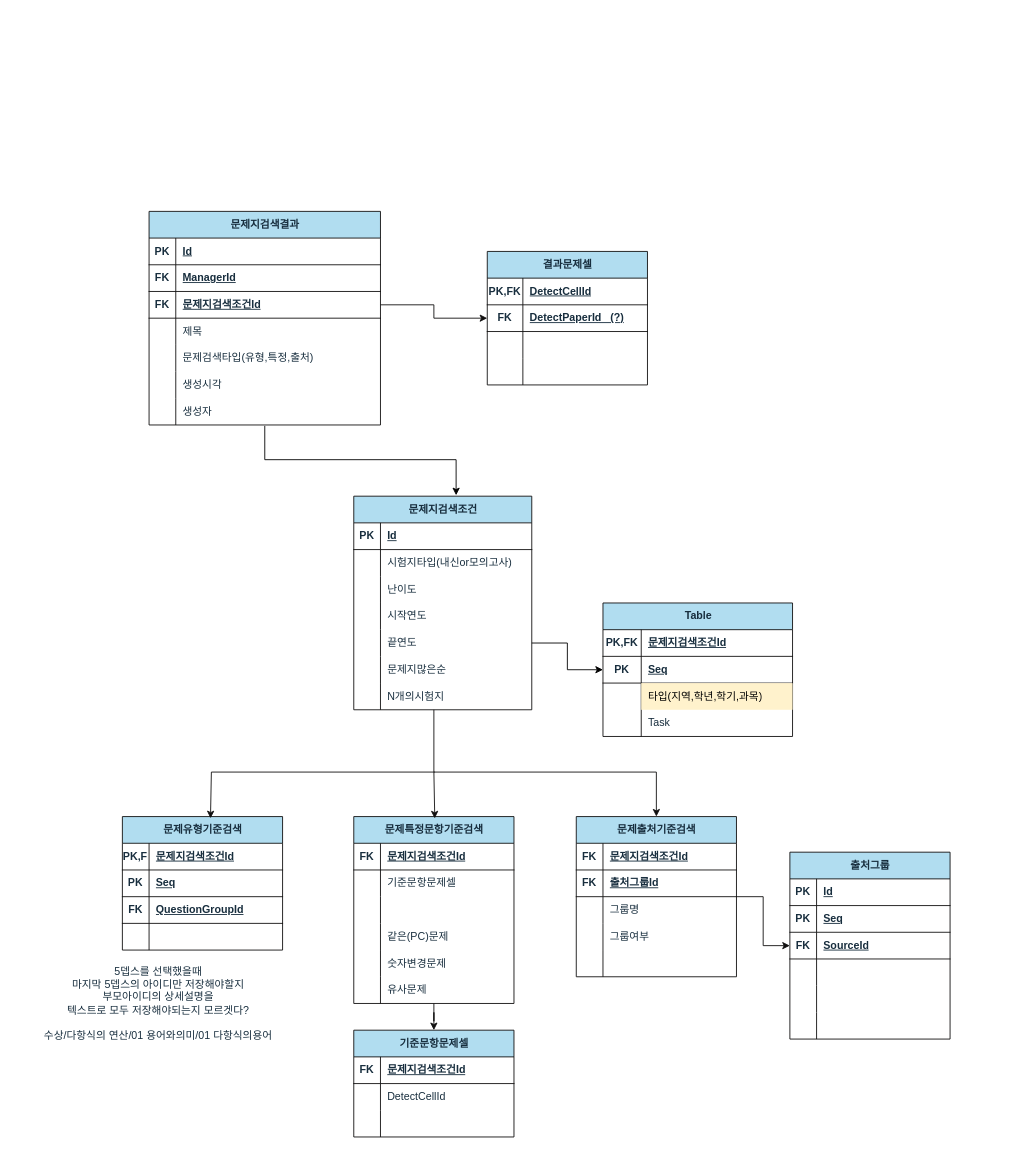
This is 문제지 검색.drawio from hyeonzx/Search-ExamPaper, a draw.io file, before an edit. Source tidied: cells renumbered, new cells numbered last; positions are measured from the earlier drawing's top-left corner, leaving out a move shared by most shapes. Both pictures are drawn from the tidied source at 89%, with x=0, y=0 at pixel (24, 211).
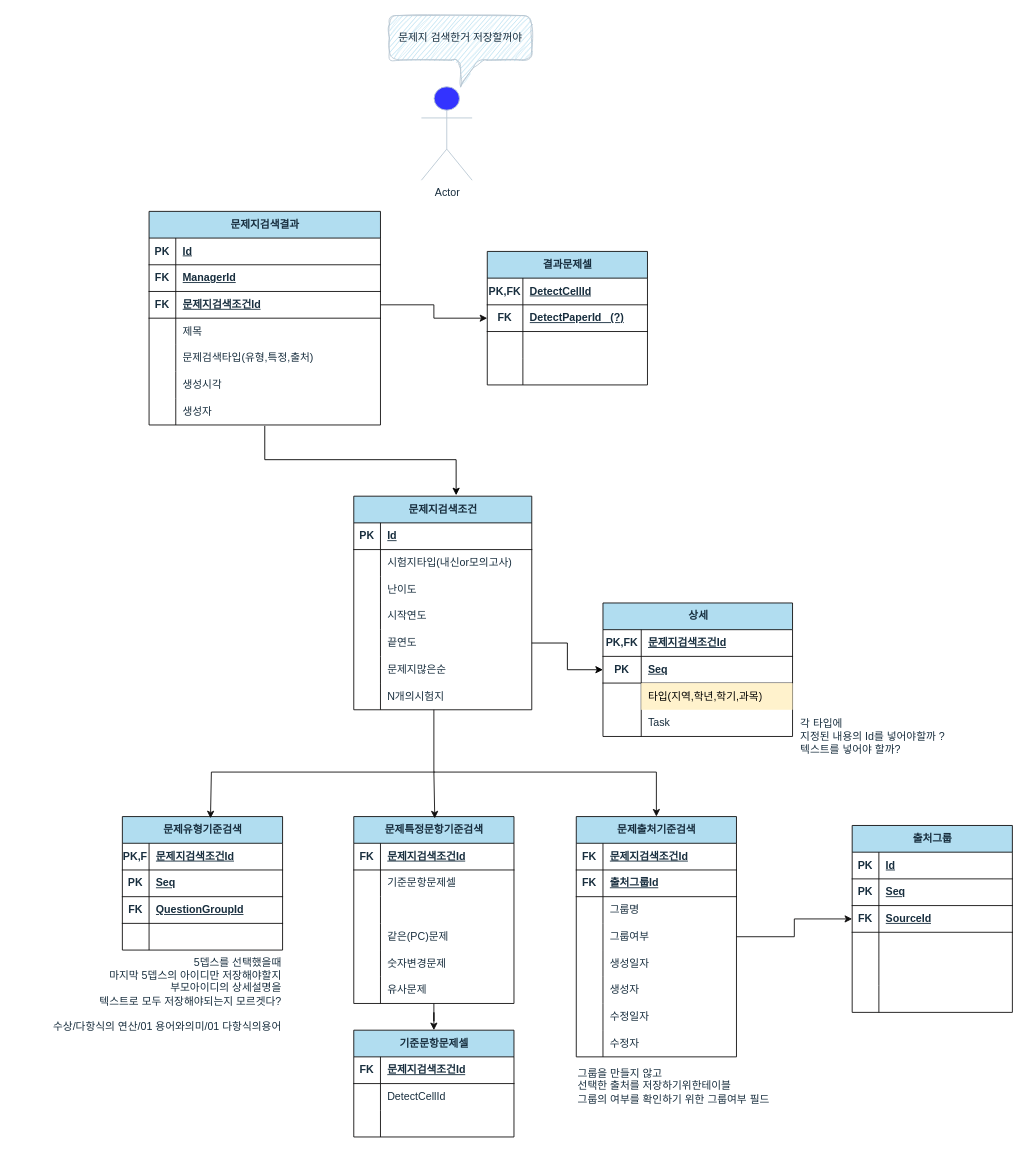
Above is the later version.

Commit message (it also covers changes not shown here):
문제지 검색.drawio 업데이트

Unchanged cells that the change refers to:
```xml
<mxCell id="29" style="shape=tableRow;horizontal=0;startSize=0;swimlaneHead=0;swimlaneBody=0;fillColor=none;top=0;left=0;right=0;bottom=0;hachureGap=4;fontFamily=Helvetica;labelBackgroundColor=none;strokeColor=#100f0f;fontColor=#182E3E;rounded=0;" parent="16" vertex="1">
  <mxGeometry y="150" width="180" height="30" as="geometry" />
</mxCell>
```

What changed in the source:
```diff
@@
     <mxCell id="16" value="문제출처기준검색" style="shape=table;startSize=30;childLayout=tableLayout;rowLines=0;fontStyle=1;align=center;html=1;hachureGap=4;fontFamily=Helvetica;swimlaneLine=1;labelBackgroundColor=none;fillColor=#B1DDF0;strokeColor=#100f0f;fontColor=#182E3E;rounded=0;" parent="1" vertex="1">
-      <mxGeometry x="620" y="680" width="180" height="180" as="geometry" />
+      <mxGeometry x="620" y="680" width="180" height="270" as="geometry" />
     </mxCell>
@@
-    <mxCell id="31" style="shape=partialRectangle;fillColor=none;top=0;left=0;bottom=0;right=0;align=left;spacingLeft=6;overflow=hidden;whiteSpace=wrap;html=1;hachureGap=4;fontFamily=Helvetica;labelBackgroundColor=none;strokeColor=#100f0f;fontColor=#182E3E;rounded=0;" parent="29" vertex="1">
+    <mxCell id="31" value="생성일자" style="shape=partialRectangle;fillColor=none;top=0;left=0;bottom=0;right=0;align=left;spacingLeft=6;overflow=hidden;whiteSpace=wrap;html=1;hachureGap=4;fontFamily=Helvetica;labelBackgroundColor=none;strokeColor=#100f0f;fontColor=#182E3E;rounded=0;" parent="29" vertex="1">
       <mxGeometry x="30" width="150" height="30" as="geometry" />
     </mxCell>
+    <mxCell id="158" style="shape=tableRow;horizontal=0;startSize=0;swimlaneHead=0;swimlaneBody=0;fillColor=none;top=0;left=0;right=0;bottom=0;hachureGap=4;fontFamily=Helvetica;labelBackgroundColor=none;strokeColor=#100f0f;fontColor=#182E3E;rounded=0;" parent="16" vertex="1">
+      <mxGeometry y="180" width="180" height="30" as="geometry" />
+    </mxCell>
+    <mxCell id="159" style="shape=partialRectangle;fillColor=none;top=0;left=0;bottom=0;right=0;overflow=hidden;whiteSpace=wrap;html=1;hachureGap=4;fontFamily=Helvetica;labelBackgroundColor=none;strokeColor=#100f0f;fontColor=#182E3E;rounded=0;" parent="158" vertex="1">
+      <mxGeometry width="30" height="30" as="geometry" />
+    </mxCell>
+    <mxCell id="160" value="생성자" style="shape=partialRectangle;fillColor=none;top=0;left=0;bottom=0;right=0;align=left;spacingLeft=6;overflow=hidden;whiteSpace=wrap;html=1;hachureGap=4;fontFamily=Helvetica;labelBackgroundColor=none;strokeColor=#100f0f;fontColor=#182E3E;rounded=0;" parent="158" vertex="1">
+      <mxGeometry x="30" width="150" height="30" as="geometry" />
+    </mxCell>
+    <mxCell id="161" style="shape=tableRow;horizontal=0;startSize=0;swimlaneHead=0;swimlaneBody=0;fillColor=none;top=0;left=0;right=0;bottom=0;hachureGap=4;fontFamily=Helvetica;labelBackgroundColor=none;strokeColor=#100f0f;fontColor=#182E3E;rounded=0;" parent="16" vertex="1">
+      <mxGeometry y="210" width="180" height="30" as="geometry" />
+    </mxCell>
+    <mxCell id="162" style="shape=partialRectangle;fillColor=none;top=0;left=0;bottom=0;right=0;overflow=hidden;whiteSpace=wrap;html=1;hachureGap=4;fontFamily=Helvetica;labelBackgroundColor=none;strokeColor=#100f0f;fontColor=#182E3E;rounded=0;" parent="161" vertex="1">
+      <mxGeometry width="30" height="30" as="geometry" />
+    </mxCell>
+    <mxCell id="163" value="수정일자" style="shape=partialRectangle;fillColor=none;top=0;left=0;bottom=0;right=0;align=left;spacingLeft=6;overflow=hidden;whiteSpace=wrap;html=1;hachureGap=4;fontFamily=Helvetica;labelBackgroundColor=none;strokeColor=#100f0f;fontColor=#182E3E;rounded=0;" parent="161" vertex="1">
+      <mxGeometry x="30" width="150" height="30" as="geometry" />
+    </mxCell>
+    <mxCell id="164" style="shape=tableRow;horizontal=0;startSize=0;swimlaneHead=0;swimlaneBody=0;fillColor=none;top=0;left=0;right=0;bottom=0;hachureGap=4;fontFamily=Helvetica;labelBackgroundColor=none;strokeColor=#100f0f;fontColor=#182E3E;rounded=0;" parent="16" vertex="1">
+      <mxGeometry y="240" width="180" height="30" as="geometry" />
+    </mxCell>
+    <mxCell id="165" style="shape=partialRectangle;fillColor=none;top=0;left=0;bottom=0;right=0;overflow=hidden;whiteSpace=wrap;html=1;hachureGap=4;fontFamily=Helvetica;labelBackgroundColor=none;strokeColor=#100f0f;fontColor=#182E3E;rounded=0;" parent="164" vertex="1">
+      <mxGeometry width="30" height="30" as="geometry" />
+    </mxCell>
+    <mxCell id="166" value="수정자" style="shape=partialRectangle;fillColor=none;top=0;left=0;bottom=0;right=0;align=left;spacingLeft=6;overflow=hidden;whiteSpace=wrap;html=1;hachureGap=4;fontFamily=Helvetica;labelBackgroundColor=none;strokeColor=#100f0f;fontColor=#182E3E;rounded=0;" parent="164" vertex="1">
+      <mxGeometry x="30" width="150" height="30" as="geometry" />
+    </mxCell>
@@
     <mxCell id="120" value="출처그룹" style="shape=table;startSize=30;childLayout=tableLayout;rowLines=0;fontStyle=1;align=center;html=1;hachureGap=4;fontFamily=Helvetica;swimlaneLine=1;labelBackgroundColor=none;fillColor=#B1DDF0;strokeColor=#100f0f;fontColor=#182E3E;rounded=0;" parent="1" vertex="1">
-      <mxGeometry x="860" y="720" width="180" height="210" as="geometry" />
+      <mxGeometry x="930" y="690" width="180" height="210" as="geometry" />
     </mxCell>
@@
-    <mxCell id="143" value="Table" style="shape=table;startSize=30;childLayout=tableLayout;rowLines=0;fontStyle=1;align=center;html=1;hachureGap=4;fontFamily=Helvetica;swimlaneLine=1;labelBackgroundColor=none;fillColor=#B1DDF0;strokeColor=#100f0f;fontColor=#182E3E;rounded=0;" parent="1" vertex="1">
+    <mxCell id="143" value="상세" style="shape=table;startSize=30;childLayout=tableLayout;rowLines=0;fontStyle=1;align=center;html=1;hachureGap=4;fontFamily=Helvetica;swimlaneLine=1;labelBackgroundColor=none;fillColor=#B1DDF0;strokeColor=#100f0f;fontColor=#182E3E;rounded=0;" parent="1" vertex="1">
       <mxGeometry x="650" y="440" width="213" height="150" as="geometry" />
     </mxCell>
@@
-    <mxCell id="157" value="5뎁스를 선택했을때&lt;div&gt;마지막 5뎁스의 아이디만 저장해야할지&lt;/div&gt;&lt;div&gt;부모아이디의 상세설명을&lt;/div&gt;&lt;div&gt;텍스트로 모두 저장해야되는지 모르겟다?&lt;/div&gt;&lt;div&gt;&lt;br&gt;&lt;/div&gt;&lt;div&gt;수상/다항식의 연산/01 용어와의미/01 다항식의용어&lt;/div&gt;" style="text;html=1;align=center;verticalAlign=middle;strokeColor=none;fillColor=none;fontColor=#182E3E;" parent="1" vertex="1">
-      <mxGeometry y="840" width="300" height="100" as="geometry" />
+    <mxCell id="157" value="5뎁스를 선택했을때&lt;div&gt;마지막 5뎁스의 아이디만 저장해야할지&lt;/div&gt;&lt;div&gt;부모아이디의 상세설명을&lt;/div&gt;&lt;div&gt;텍스트로 모두 저장해야되는지 모르겟다?&lt;/div&gt;&lt;div&gt;&lt;br&gt;&lt;/div&gt;&lt;div&gt;수상/다항식의 연산/01 용어와의미/01 다항식의용어&lt;/div&gt;" style="text;html=1;align=right;verticalAlign=middle;strokeColor=none;fillColor=none;fontColor=#182E3E;" parent="1" vertex="1">
+      <mxGeometry x="-10" y="830" width="300" height="100" as="geometry" />
     </mxCell>
+    <mxCell id="167" value="Actor" style="shape=umlActor;verticalLabelPosition=bottom;verticalAlign=top;html=1;strokeColor=#BAC8D3;fontColor=#182E3E;fillColor=#3333FF;" parent="1" vertex="1">
+      <mxGeometry x="446" y="-140" width="57" height="105" as="geometry" />
+    </mxCell>
+    <mxCell id="168" value="문제지 검색한거 저장할꺼야" style="shape=callout;whiteSpace=wrap;html=1;perimeter=calloutPerimeter;strokeColor=#BAC8D3;fontColor=#182E3E;fillColor=#B1DDF0;rounded=1;shadow=0;sketch=1;curveFitting=1;jiggle=2;" parent="1" vertex="1">
+      <mxGeometry x="410" y="-220" width="160" height="80" as="geometry" />
+    </mxCell>
+    <mxCell id="169" value="각 타입에&lt;div&gt;지정된 내용의 Id를 넣어야할까 ?&lt;/div&gt;&lt;div&gt;텍스트를 넣어야 할까?&lt;/div&gt;" style="text;html=1;align=left;verticalAlign=middle;strokeColor=none;fillColor=none;fontColor=#182E3E;" parent="1" vertex="1">
+      <mxGeometry x="870" y="560" width="200" height="60" as="geometry" />
+    </mxCell>
+    <mxCell id="170" value="그룹을 만들지 않고&lt;div&gt;선택한 출처를 저장하기위한테이블&lt;/div&gt;&lt;div&gt;그룹의 여부를 확인하기 위한 그룹여부 필드&lt;/div&gt;" style="text;html=1;align=left;verticalAlign=middle;strokeColor=none;fillColor=none;fontColor=#182E3E;" parent="1" vertex="1">
+      <mxGeometry x="620" y="953" width="260" height="60" as="geometry" />
+    </mxCell>
```
